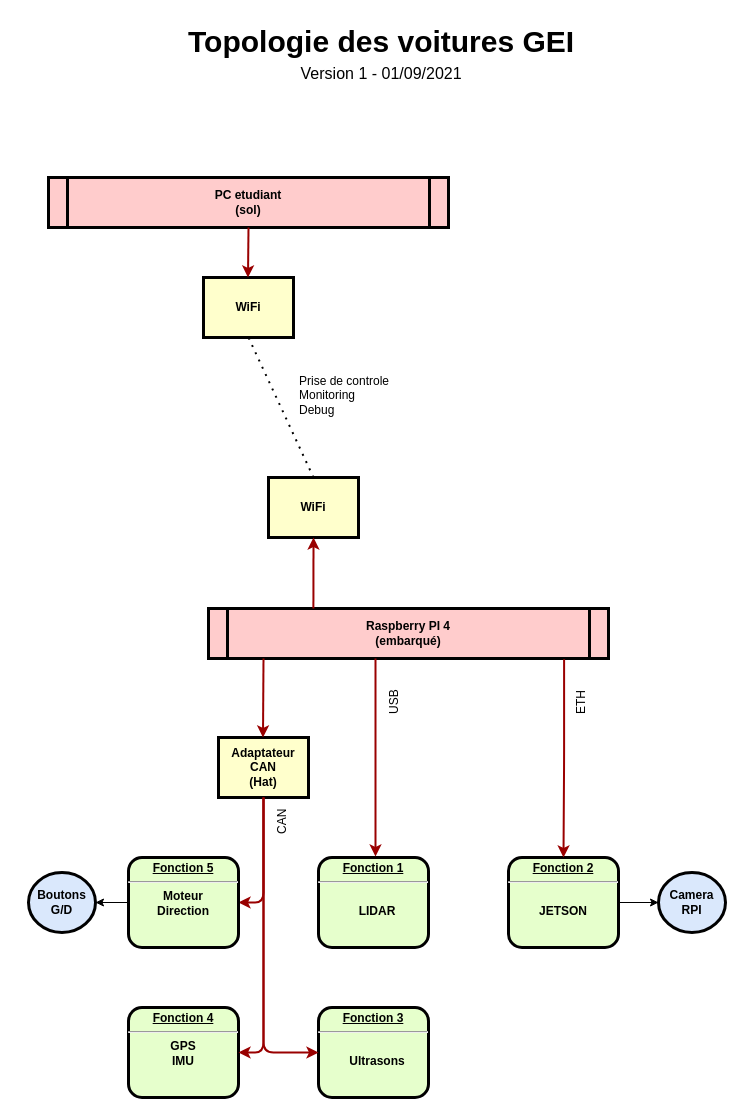
Before: geicar/documentation/topologie.drawio in pehladik/geicar, a draw.io diagram. Source tidied: cells renumbered, new cells numbered last; positions are measured from the earlier drawing's top-left corner, leaving out a move shared by most shapes. Both pictures are drawn from the tidied source at 100%, with x=0, y=0 at pixel (28, 17).
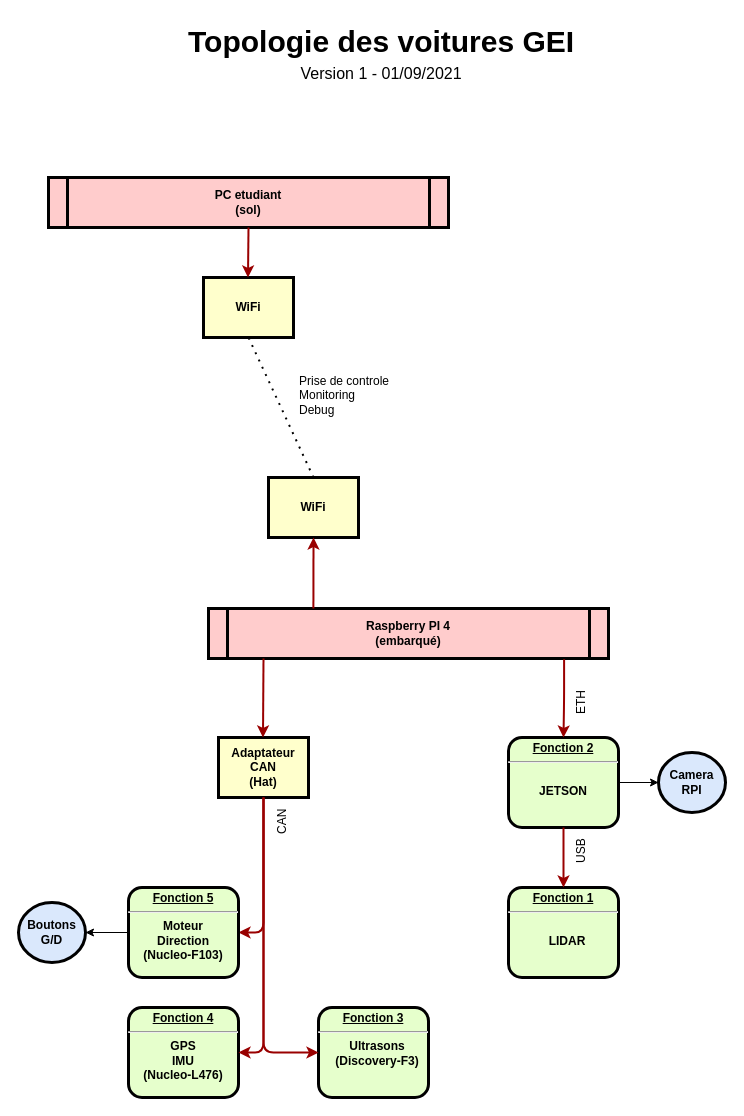
The same diagram, later.

Commit message (it also covers changes not shown here):
mise à jour de la topologie de geicar

Change to the diagram source:
```diff
@@
     <mxCell id="3" value="&lt;p style=&quot;margin: 0px ; margin-top: 4px ; text-align: center ; text-decoration: underline&quot;&gt;&lt;strong&gt;Fonction 1&lt;br&gt;&lt;/strong&gt;&lt;/p&gt;&lt;hr&gt;&lt;p style=&quot;margin: 0px ; margin-left: 8px&quot;&gt;&lt;br&gt;&lt;/p&gt;&lt;p style=&quot;margin: 0px ; margin-left: 8px&quot; align=&quot;center&quot;&gt;LIDAR&lt;br&gt;&lt;/p&gt;" style="verticalAlign=middle;align=center;overflow=fill;fontSize=12;fontFamily=Helvetica;html=1;rounded=1;fontStyle=1;strokeWidth=3;fillColor=#E6FFCC;" parent="1" vertex="1">
-      <mxGeometry x="290" y="840" width="110" height="90" as="geometry" />
+      <mxGeometry x="480" y="870" width="110" height="90" as="geometry" />
     </mxCell>
     <mxCell id="4" value="&lt;p style=&quot;margin: 0px ; margin-top: 4px ; text-align: center ; text-decoration: underline&quot;&gt;&lt;strong&gt;&lt;strong&gt;Fonction 2&lt;/strong&gt;&lt;br&gt;&lt;/strong&gt;&lt;/p&gt;&lt;hr&gt;&lt;div&gt;&lt;br&gt;&lt;/div&gt;&lt;div&gt;JETSON&lt;/div&gt;" style="verticalAlign=middle;align=center;overflow=fill;fontSize=12;fontFamily=Helvetica;html=1;rounded=1;fontStyle=1;strokeWidth=3;fillColor=#E6FFCC;" parent="1" vertex="1">
-      <mxGeometry x="480" y="840" width="110" height="90" as="geometry" />
+      <mxGeometry x="480" y="720" width="110" height="90" as="geometry" />
     </mxCell>
@@
-    <mxCell id="7" style="elbow=horizontal;strokeColor=#990000;strokeWidth=2;edgeStyle=orthogonalEdgeStyle;" parent="1" edge="1">
-      <mxGeometry relative="1" as="geometry">
-        <mxPoint x="347" y="641" as="sourcePoint" />
-        <mxPoint x="347" y="839" as="targetPoint" />
-      </mxGeometry>
+    <mxCell id="7" style="elbow=horizontal;strokeColor=#990000;strokeWidth=2;exitX=0.5;exitY=1;exitDx=0;exitDy=0;entryX=0.5;entryY=0;entryDx=0;entryDy=0;edgeStyle=orthogonalEdgeStyle;" parent="1" edge="1" source="4" target="3">
+      <mxGeometry relative="1" as="geometry" />
     </mxCell>
     <mxCell id="8" value="USB" style="text;whiteSpace=wrap;html=1;rotation=-90;" parent="1" vertex="1">
-      <mxGeometry x="352" y="670" width="29" height="29" as="geometry" />
+      <mxGeometry x="539" y="819" width="29" height="29" as="geometry" />
     </mxCell>
@@
-    <mxCell id="10" value="&lt;p style=&quot;margin: 0px ; margin-top: 4px ; text-align: center ; text-decoration: underline&quot;&gt;&lt;strong&gt;&lt;strong&gt;Fonction 5&lt;/strong&gt;&lt;br&gt;&lt;/strong&gt;&lt;/p&gt;&lt;hr&gt;&lt;div&gt;Moteur&lt;/div&gt;&lt;div&gt;Direction&lt;/div&gt;&lt;div&gt;&lt;br&gt;&lt;/div&gt;&lt;div&gt;&lt;br&gt;&lt;/div&gt;&lt;div&gt;&lt;br&gt;&lt;/div&gt;" style="verticalAlign=middle;align=center;overflow=fill;fontSize=12;fontFamily=Helvetica;html=1;rounded=1;fontStyle=1;strokeWidth=3;fillColor=#E6FFCC;" parent="1" vertex="1">
-      <mxGeometry x="100" y="840" width="110" height="90" as="geometry" />
+    <mxCell id="10" value="&lt;p style=&quot;margin: 0px ; margin-top: 4px ; text-align: center ; text-decoration: underline&quot;&gt;&lt;strong&gt;&lt;strong&gt;Fonction 5&lt;/strong&gt;&lt;br&gt;&lt;/strong&gt;&lt;/p&gt;&lt;hr&gt;&lt;div&gt;Moteur&lt;/div&gt;&lt;div&gt;Direction&lt;/div&gt;&lt;div&gt;(Nucleo-F103)&lt;br&gt;&lt;/div&gt;&lt;div&gt;&lt;br&gt;&lt;/div&gt;&lt;div&gt;&lt;br&gt;&lt;/div&gt;&lt;div&gt;&lt;br&gt;&lt;/div&gt;" style="verticalAlign=middle;align=center;overflow=fill;fontSize=12;fontFamily=Helvetica;html=1;rounded=1;fontStyle=1;strokeWidth=3;fillColor=#E6FFCC;" parent="1" vertex="1">
+      <mxGeometry x="100" y="870" width="110" height="90" as="geometry" />
     </mxCell>
-    <mxCell id="11" value="&lt;p style=&quot;margin: 0px ; margin-top: 4px ; text-align: center ; text-decoration: underline&quot;&gt;&lt;strong&gt;&lt;strong&gt;Fonction 4&lt;/strong&gt;&lt;br&gt;&lt;/strong&gt;&lt;/p&gt;&lt;hr&gt;&lt;div&gt;GPS&lt;/div&gt;&lt;div&gt;IMU&lt;br&gt;&lt;/div&gt;" style="verticalAlign=middle;align=center;overflow=fill;fontSize=12;fontFamily=Helvetica;html=1;rounded=1;fontStyle=1;strokeWidth=3;fillColor=#E6FFCC;" parent="1" vertex="1">
+    <mxCell id="11" value="&lt;p style=&quot;margin: 0px ; margin-top: 4px ; text-align: center ; text-decoration: underline&quot;&gt;&lt;strong&gt;&lt;strong&gt;Fonction 4&lt;/strong&gt;&lt;br&gt;&lt;/strong&gt;&lt;/p&gt;&lt;hr&gt;&lt;div&gt;GPS&lt;/div&gt;&lt;div&gt;IMU&lt;/div&gt;&lt;div&gt;(Nucleo-L476)&lt;br&gt;&lt;/div&gt;" style="verticalAlign=middle;align=center;overflow=fill;fontSize=12;fontFamily=Helvetica;html=1;rounded=1;fontStyle=1;strokeWidth=3;fillColor=#E6FFCC;" parent="1" vertex="1">
       <mxGeometry x="100" y="990" width="110" height="90" as="geometry" />
     </mxCell>
@@
     <mxCell id="15" value="&lt;div&gt;&lt;b&gt;Boutons&lt;/b&gt;&lt;/div&gt;&lt;div&gt;&lt;b&gt;G/D&lt;/b&gt;&lt;br&gt;&lt;/div&gt;" style="ellipse;whiteSpace=wrap;html=1;fillColor=#dae8fc;strokeWidth=3;" parent="1" vertex="1">
-      <mxGeometry y="855" width="67" height="60" as="geometry" />
+      <mxGeometry x="-10" y="885" width="67" height="60" as="geometry" />
     </mxCell>
     <mxCell id="16" value="&lt;b&gt;Camera&lt;br&gt;RPI&lt;/b&gt;" style="ellipse;whiteSpace=wrap;html=1;fillColor=#dae8fc;strokeWidth=3;" parent="1" vertex="1">
-      <mxGeometry x="630" y="855" width="67" height="60" as="geometry" />
+      <mxGeometry x="630" y="735" width="67" height="60" as="geometry" />
     </mxCell>
@@
-    <mxCell id="26" value="&lt;p style=&quot;margin: 0px ; margin-top: 4px ; text-align: center ; text-decoration: underline&quot;&gt;&lt;strong&gt;Fonction 3&lt;br&gt;&lt;/strong&gt;&lt;/p&gt;&lt;hr&gt;&lt;p style=&quot;margin: 0px ; margin-left: 8px&quot;&gt;&lt;br&gt;&lt;/p&gt;&lt;p style=&quot;margin: 0px ; margin-left: 8px&quot; align=&quot;center&quot;&gt;Ultrasons&lt;br&gt;&lt;/p&gt;" style="verticalAlign=middle;align=center;overflow=fill;fontSize=12;fontFamily=Helvetica;html=1;rounded=1;fontStyle=1;strokeWidth=3;fillColor=#E6FFCC;" parent="1" vertex="1">
+    <mxCell id="26" value="&lt;p style=&quot;margin: 0px ; margin-top: 4px ; text-align: center ; text-decoration: underline&quot;&gt;&lt;strong&gt;Fonction 3&lt;br&gt;&lt;/strong&gt;&lt;/p&gt;&lt;hr&gt;&lt;p style=&quot;margin: 0px ; margin-left: 8px&quot; align=&quot;center&quot;&gt;Ultrasons&lt;/p&gt;&lt;p style=&quot;margin: 0px ; margin-left: 8px&quot; align=&quot;center&quot;&gt;(Discovery-F3)&lt;/p&gt;&lt;p style=&quot;margin: 0px ; margin-left: 8px&quot; align=&quot;center&quot;&gt;&lt;br&gt;&lt;/p&gt;" style="verticalAlign=middle;align=center;overflow=fill;fontSize=12;fontFamily=Helvetica;html=1;rounded=1;fontStyle=1;strokeWidth=3;fillColor=#E6FFCC;" parent="1" vertex="1">
       <mxGeometry x="290" y="990" width="110" height="90" as="geometry" />
     </mxCell>
```
